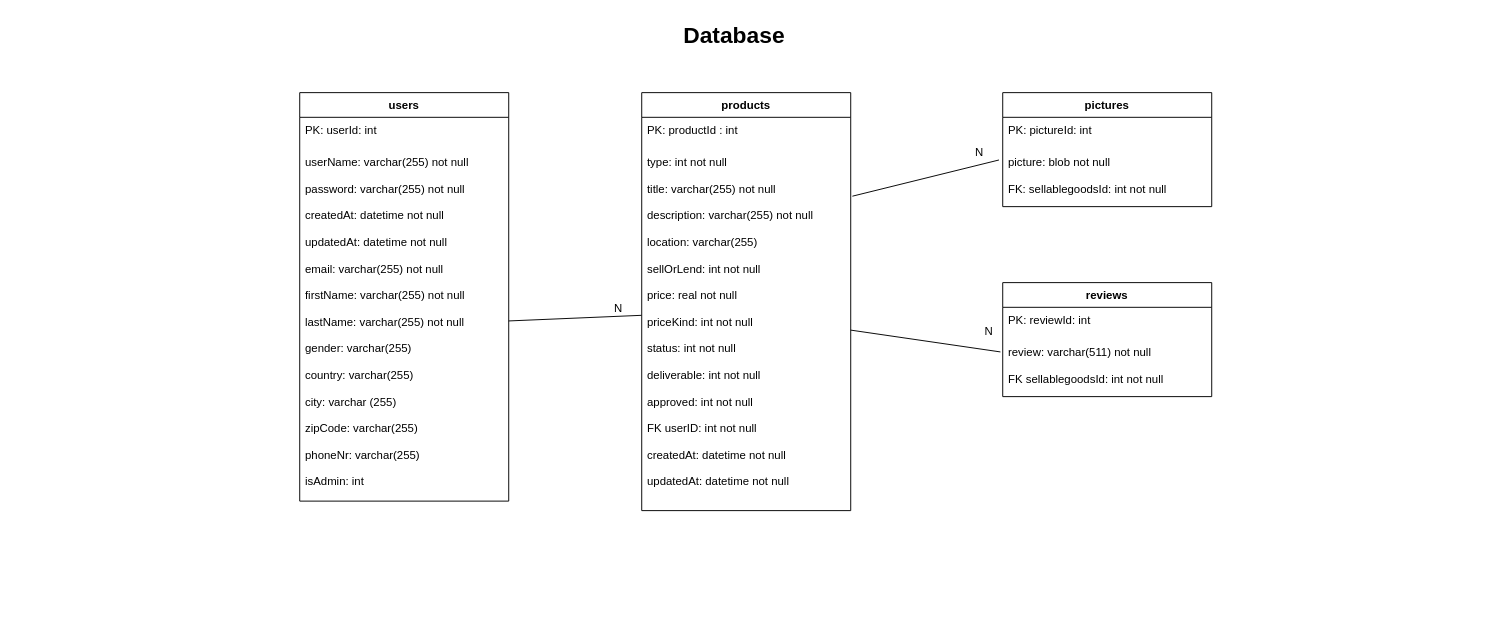
Before: documentation/Database.drawio in scg-unibe-ch/ese2020-team5, a draw.io diagram. Source tidied: cells renumbered, new cells numbered last; positions are measured from the earlier drawing's top-left corner, leaving out a move shared by most shapes. Both pictures are drawn from the tidied source at 95%, with x=0, y=0 at pixel (16, 16).
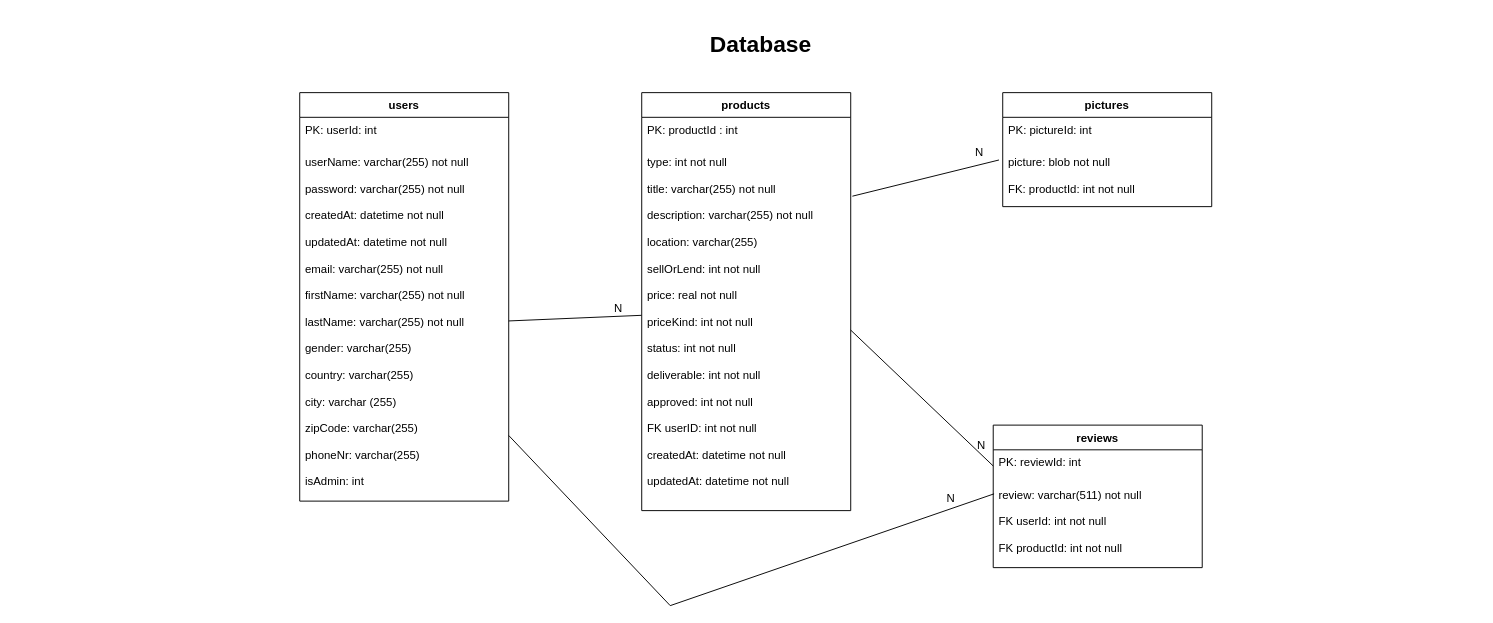
Above is the later version.

Commit message (it also covers changes not shown here):
Fixed database diagram:

forgot to update FK on pictures and reviews. Is now changed to productId

Also added a FK to the user table to have a reviewer for each review

The change refers to these unchanged cells:
```xml
<mxCell id="7" value="type: int not null&#10;&#10;title: varchar(255) not null&#10;&#10;description: varchar(255) not null&#10;&#10;location: varchar(255)&#10;&#10;sellOrLend: int not null&#10;&#10;price: real not null&#10;&#10;priceKind: int not null&#10;&#10;status: int not null&#10;&#10;deliverable: int not null&#10;&#10;approved: int not null&#10;&#10;FK userID: int not null&#10;&#10;createdAt: datetime not null&#10;&#10;updatedAt: datetime not null&#10;" style="text;strokeColor=none;fillColor=none;align=left;verticalAlign=top;spacingLeft=4;spacingRight=4;overflow=hidden;points=[[0,0.5],[1,0.5]];portConstraint=eastwest;spacingTop=0;fontSize=12;" parent="5" vertex="1">
  <mxGeometry y="60" width="220" height="380" as="geometry" />
</mxCell>
<mxCell id="8" value="pictures" style="swimlane;fontStyle=1;horizontal=1;startSize=26;fillColor=none;" parent="1" vertex="1">
  <mxGeometry x="1038" y="80" width="220" height="120" as="geometry" />
</mxCell>
<mxCell id="16" value="PK: reviewId: int" style="text;strokeColor=none;fillColor=none;align=left;verticalAlign=top;spacingLeft=4;spacingRight=4;overflow=hidden;points=[[0,0.5],[1,0.5]];portConstraint=eastwest;" parent="15" vertex="1">
  <mxGeometry y="26" width="220" height="34" as="geometry" />
</mxCell>
```

The edit, as a diff of the source:
```diff
@@
     <mxCell id="2" value="Database" style="text;strokeColor=none;fillColor=none;html=1;fontSize=24;fontStyle=1;verticalAlign=middle;align=center;" parent="1" vertex="1">
-      <mxGeometry width="1510" height="40" as="geometry" />
+      <mxGeometry x="28" y="10" width="1510" height="40" as="geometry" />
     </mxCell>
@@
-    <mxCell id="10" value="picture: blob not null&#10;&#10;FK: sellablegoodsId: int not null" style="text;strokeColor=none;fillColor=none;align=left;verticalAlign=top;spacingLeft=4;spacingRight=4;overflow=hidden;points=[[0,0.5],[1,0.5]];portConstraint=eastwest;spacingTop=0;fontSize=12;" parent="8" vertex="1">
+    <mxCell id="10" value="picture: blob not null&#10;&#10;FK: productId: int not null" style="text;strokeColor=none;fillColor=none;align=left;verticalAlign=top;spacingLeft=4;spacingRight=4;overflow=hidden;points=[[0,0.5],[1,0.5]];portConstraint=eastwest;spacingTop=0;fontSize=12;" parent="8" vertex="1">
       <mxGeometry y="60" width="220" height="60" as="geometry" />
     </mxCell>
@@
-    <mxCell id="13" style="endArrow=none;html=1;rounded=0;fontSize=12;exitX=1;exitY=0.5;exitDx=0;exitDy=0;entryX=-0.011;entryY=0.216;entryDx=0;entryDy=0;entryPerimeter=0;" parent="1" edge="1" source="7" target="17">
+    <mxCell id="13" style="endArrow=none;html=1;rounded=0;fontSize=12;exitX=1;exitY=0.5;exitDx=0;exitDy=0;entryX=0;entryY=0.5;entryDx=0;entryDy=0;" parent="1" edge="1" source="7" target="16">
       <mxGeometry relative="1" as="geometry" />
     </mxCell>
@@
+    <mxCell id="18" value="users" style="swimlane;fontStyle=1;horizontal=1;startSize=26;fillColor=none;" parent="1" vertex="1">
+      <mxGeometry x="298" y="80" width="220" height="430" as="geometry" />
+    </mxCell>
+    <mxCell id="19" value="PK: userId: int" style="text;strokeColor=none;fillColor=none;align=left;verticalAlign=top;spacingLeft=4;spacingRight=4;overflow=hidden;" parent="18" vertex="1">
+      <mxGeometry y="26" width="220" height="34" as="geometry" />
+    </mxCell>
+    <mxCell id="20" value="userName: varchar(255) not null&#10;&#10;password: varchar(255) not null&#10;&#10;createdAt: datetime not null&#10;&#10;updatedAt: datetime not null&#10;&#10;email: varchar(255) not null&#10;&#10;firstName: varchar(255) not null&#10;&#10;lastName: varchar(255) not null&#10;&#10;gender: varchar(255)&#10;&#10;country: varchar(255)&#10;&#10;city: varchar (255)&#10;&#10;zipCode: varchar(255)&#10;&#10;phoneNr: varchar(255)&#10;&#10;isAdmin: int" style="text;strokeColor=none;fillColor=none;align=left;verticalAlign=top;spacingLeft=4;spacingRight=4;overflow=hidden;points=[[0,0.5],[1,0.5]];portConstraint=eastwest;spacingTop=0;fontSize=12;" parent="18" vertex="1">
+      <mxGeometry y="60" width="220" height="370" as="geometry" />
+    </mxCell>
+    <mxCell id="21" style="endArrow=none;html=1;rounded=0;fontSize=12;entryX=0.004;entryY=0.137;entryDx=0;entryDy=0;entryPerimeter=0;" parent="1" edge="1" source="20" target="17">
+      <mxGeometry relative="1" as="geometry">
+        <Array as="points">
+          <mxPoint x="688" y="620" />
+        </Array>
+      </mxGeometry>
+    </mxCell>
+    <mxCell id="22" value="N" style="html=1;align=right;verticalAlign=bottom;" parent="21" vertex="1">
+      <mxGeometry x="1" relative="1" as="geometry">
+        <mxPoint x="-41.2" y="12.8" as="offset" />
+      </mxGeometry>
+    </mxCell>
     <mxCell id="15" value="reviews" style="swimlane;fontStyle=1;horizontal=1;startSize=26;fillColor=none;" parent="1" vertex="1">
-      <mxGeometry x="1038" y="280" width="220" height="120" as="geometry" />
+      <mxGeometry x="1028" y="430" width="220" height="150" as="geometry" />
     </mxCell>
@@
-    <mxCell id="17" value="review: varchar(511) not null&#10;&#10;FK sellablegoodsId: int not null" style="text;strokeColor=none;fillColor=none;align=left;verticalAlign=top;spacingLeft=4;spacingRight=4;overflow=hidden;points=[[0,0.5],[1,0.5]];portConstraint=eastwest;spacingTop=0;fontSize=12;" parent="15" vertex="1">
-      <mxGeometry y="60" width="220" height="60" as="geometry" />
+    <mxCell id="17" value="review: varchar(511) not null&#10;&#10;FK userId: int not null&#10;&#10;FK productId: int not null" style="text;strokeColor=none;fillColor=none;align=left;verticalAlign=top;spacingLeft=4;spacingRight=4;overflow=hidden;points=[[0,0.5],[1,0.5]];portConstraint=eastwest;spacingTop=0;fontSize=12;" parent="15" vertex="1">
+      <mxGeometry y="60" width="220" height="90" as="geometry" />
     </mxCell>
-    <mxCell id="18" value="users" style="swimlane;fontStyle=1;horizontal=1;startSize=26;fillColor=none;" parent="1" vertex="1">
-      <mxGeometry x="298" y="80" width="220" height="430" as="geometry" />
-    </mxCell>
-    <mxCell id="19" value="PK: userId: int" style="text;strokeColor=none;fillColor=none;align=left;verticalAlign=top;spacingLeft=4;spacingRight=4;overflow=hidden;" parent="18" vertex="1">
-      <mxGeometry y="26" width="220" height="34" as="geometry" />
-    </mxCell>
-    <mxCell id="20" value="userName: varchar(255) not null&#10;&#10;password: varchar(255) not null&#10;&#10;createdAt: datetime not null&#10;&#10;updatedAt: datetime not null&#10;&#10;email: varchar(255) not null&#10;&#10;firstName: varchar(255) not null&#10;&#10;lastName: varchar(255) not null&#10;&#10;gender: varchar(255)&#10;&#10;country: varchar(255)&#10;&#10;city: varchar (255)&#10;&#10;zipCode: varchar(255)&#10;&#10;phoneNr: varchar(255)&#10;&#10;isAdmin: int" style="text;strokeColor=none;fillColor=none;align=left;verticalAlign=top;spacingLeft=4;spacingRight=4;overflow=hidden;points=[[0,0.5],[1,0.5]];portConstraint=eastwest;spacingTop=0;fontSize=12;" parent="18" vertex="1">
-      <mxGeometry y="60" width="220" height="370" as="geometry" />
-    </mxCell>
```
